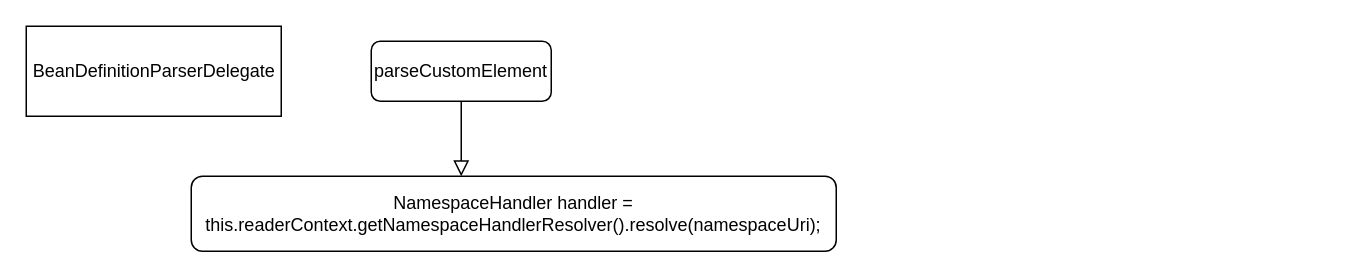
Earlier version of the draw.io diagram diagrams/springframework1.drawio (arxobject/spring_analysis). Source tidied: cells renumbered, new cells numbered last; positions are measured from the earlier drawing's top-left corner, leaving out a move shared by most shapes. Both pictures are drawn from the tidied source at 150%, with x=0, y=0 at pixel (26, 26).
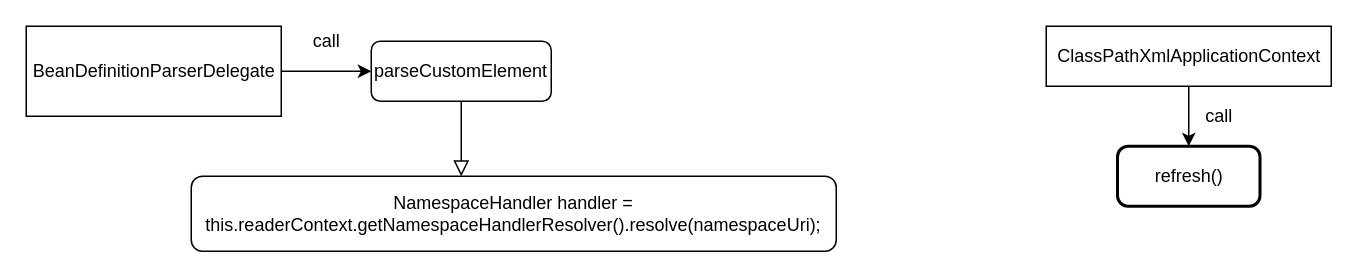
The same diagram, later.

What changed in the source:
```diff
@@
 <mxGraphModel>
   <root>
     <mxCell id="0" />
     <mxCell id="1" parent="0" />
     <mxCell id="2" style="rounded=0;html=1;jettySize=auto;fontSize=11;endArrow=block;endFill=0;endSize=8;strokeWidth=1;shadow=0;labelBackgroundColor=none;edgeStyle=orthogonalEdgeStyle;" parent="1" edge="1" source="3">
       <mxGeometry relative="1" as="geometry">
         <mxPoint x="290" y="100" as="targetPoint" />
       </mxGeometry>
     </mxCell>
     <mxCell id="3" value="parseCustomElement" style="rounded=1;whiteSpace=wrap;html=1;fontSize=12;glass=0;strokeWidth=1;shadow=0;" parent="1" vertex="1">
       <mxGeometry x="230" y="10" width="120" height="40" as="geometry" />
     </mxCell>
     <mxCell id="4" value="NamespaceHandler handler = this.readerContext.getNamespaceHandlerResolver().resolve(namespaceUri);" style="rounded=1;whiteSpace=wrap;html=1;fontSize=12;glass=0;strokeWidth=1;shadow=0;" parent="1" vertex="1">
       <mxGeometry x="110" y="100" width="430" height="50" as="geometry" />
     </mxCell>
+    <mxCell id="6" style="edgeStyle=orthogonalEdgeStyle;rounded=0;jettySize=auto;html=1;exitX=1;exitY=0.5;exitDx=0;exitDy=0;entryX=0;entryY=0.5;entryDx=0;entryDy=0;" parent="1" edge="1" source="5" target="3">
+      <mxGeometry relative="1" as="geometry" />
+    </mxCell>
     <mxCell id="5" value="BeanDefinitionParserDelegate" style="html=1;" parent="1" vertex="1">
       <mxGeometry width="170" height="60" as="geometry" />
     </mxCell>
+    <mxCell id="7" value="call" style="text;html=1;align=center;verticalAlign=middle;fillColor=none;strokeColor=none;rounded=0;" parent="1" vertex="1">
+      <mxGeometry x="185" width="30" height="20" as="geometry" />
+    </mxCell>
+    <mxCell id="8" style="edgeStyle=orthogonalEdgeStyle;rounded=0;jettySize=auto;html=1;" parent="1" edge="1" source="9" target="10">
+      <mxGeometry relative="1" as="geometry" />
+    </mxCell>
+    <mxCell id="9" value="ClassPathXmlApplicationContext" style="html=1;" parent="1" vertex="1">
+      <mxGeometry x="680" width="190" height="40" as="geometry" />
+    </mxCell>
+    <mxCell id="10" value="refresh()" style="rounded=1;whiteSpace=wrap;html=1;absoluteArcSize=1;arcSize=14;strokeWidth=2;" parent="1" vertex="1">
+      <mxGeometry x="727.5" y="80" width="95" height="40" as="geometry" />
+    </mxCell>
+    <mxCell id="11" value="call" style="text;html=1;align=center;verticalAlign=middle;fillColor=none;strokeColor=none;rounded=0;" parent="1" vertex="1">
+      <mxGeometry x="780" y="50" width="30" height="20" as="geometry" />
+    </mxCell>
   </root>
 </mxGraphModel>
```
